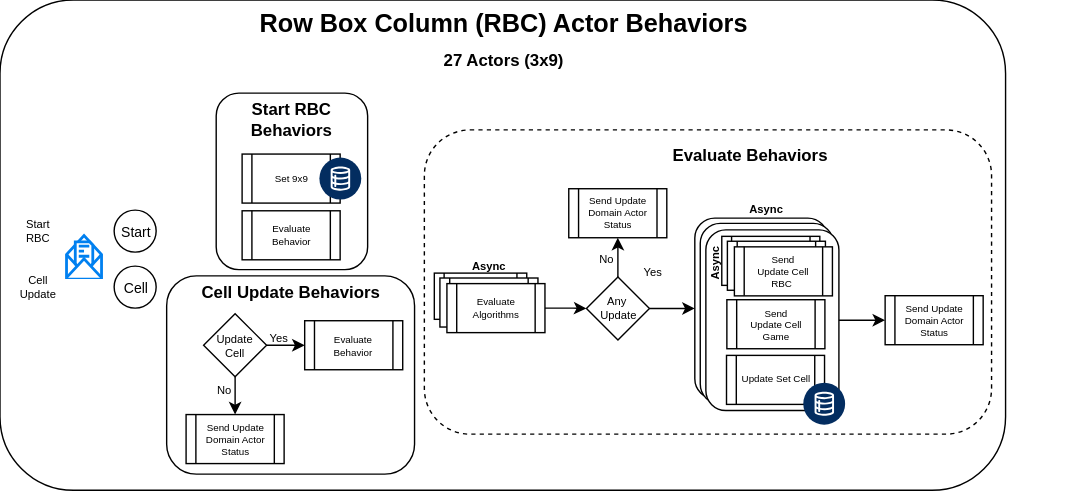
Above: docs/RBCActor.svg in sunlao/py_sudoku_solver (draw.io), before the change. Source tidied: cells renumbered, new cells last; positions are measured from the earlier drawing's top-left corner, leaving out a move shared by most shapes.
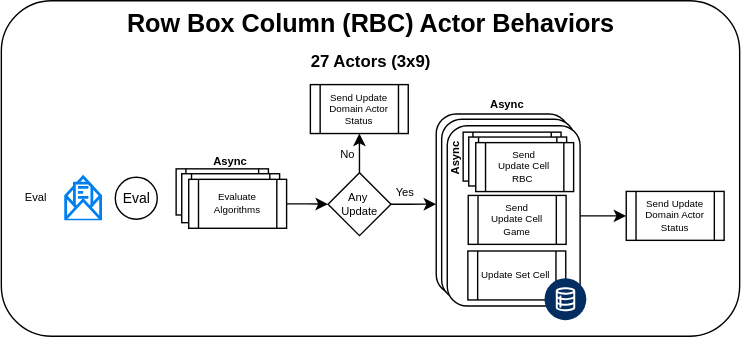
After the change.

The edit, as a diff of the source:
```diff
@@ -3,46 +3,28 @@
     <mxCell id="0" />
     <mxCell id="1" parent="0" />
     <mxCell id="2" style="rounded=1;whiteSpace=wrap;html=1;" parent="1" vertex="1">
-      <mxGeometry width="718" height="350" as="geometry" />
+      <mxGeometry width="528" height="240" as="geometry" />
     </mxCell>
-    <mxCell id="3" style="rounded=1;whiteSpace=wrap;html=1;dashed=1;" parent="1" vertex="1">
-      <mxGeometry x="303" y="92.8" width="405" height="217.2" as="geometry" />
-    </mxCell>
     <mxCell id="4" style="rounded=1;whiteSpace=wrap;html=1;" parent="1" vertex="1">
-      <mxGeometry x="496.1" y="155.8" width="95" height="129" as="geometry" />
+      <mxGeometry x="311" y="81" width="95" height="129" as="geometry" />
     </mxCell>
     <mxCell id="5" style="rounded=1;whiteSpace=wrap;html=1;" parent="1" vertex="1">
-      <mxGeometry x="500" y="159.5" width="95" height="129" as="geometry" />
+      <mxGeometry x="314.9" y="84.8" width="95" height="129" as="geometry" />
     </mxCell>
-    <mxCell id="6" style="rounded=1;whiteSpace=wrap;html=1;" parent="1" vertex="1">
-      <mxGeometry x="154.4" y="66.5" width="108.1" height="126" as="geometry" />
-    </mxCell>
     <mxCell id="7" style="rounded=1;whiteSpace=wrap;html=1;" parent="1" vertex="1">
-      <mxGeometry x="504" y="164.1" width="95" height="129" as="geometry" />
+      <mxGeometry x="318.9" y="89.4" width="95" height="129" as="geometry" />
     </mxCell>
-    <mxCell id="8" value="Start" style="ellipse;whiteSpace=wrap;html=1;fontSize=10;" parent="1" vertex="1">
-      <mxGeometry x="81.5" y="150" width="30" height="30" as="geometry" />
+    <mxCell id="8" value="Eval" style="ellipse;whiteSpace=wrap;html=1;fontSize=10;" parent="1" vertex="1">
+      <mxGeometry x="81.5" y="126.2" width="30" height="30" as="geometry" />
     </mxCell>
     <mxCell id="9" style="html=1;verticalLabelPosition=bottom;align=center;labelBackgroundColor=#ffffff;verticalAlign=top;strokeWidth=2;strokeColor=#0080F0;shadow=0;dashed=0;shape=mxgraph.ios7.icons.envelope_(message);" parent="1" vertex="1">
-      <mxGeometry x="47" y="167.8" width="25" height="30" as="geometry" />
+      <mxGeometry x="46" y="126" width="25" height="30" as="geometry" />
     </mxCell>
-    <mxCell id="10" value="&lt;div&gt;Start RBC&lt;/div&gt;" style="text;html=1;whiteSpace=wrap;strokeColor=none;fillColor=none;align=center;verticalAlign=middle;rounded=0;fontSize=8;" parent="1" vertex="1">
-      <mxGeometry x="12" y="150" width="30" height="30" as="geometry" />
+    <mxCell id="10" value="&lt;div&gt;Eval&lt;/div&gt;" style="text;html=1;whiteSpace=wrap;strokeColor=none;fillColor=none;align=center;verticalAlign=middle;rounded=0;fontSize=8;" parent="1" vertex="1">
+      <mxGeometry x="12" y="126.2" width="26" height="30" as="geometry" />
     </mxCell>
-    <mxCell id="11" value="Cell" style="ellipse;whiteSpace=wrap;html=1;fontSize=10;" parent="1" vertex="1">
-      <mxGeometry x="81.5" y="190" width="30" height="30" as="geometry" />
-    </mxCell>
-    <mxCell id="12" value="Cell Update" style="text;html=1;whiteSpace=wrap;strokeColor=none;fillColor=none;align=center;verticalAlign=middle;rounded=0;fontSize=8;" parent="1" vertex="1">
-      <mxGeometry x="12" y="190" width="30" height="30" as="geometry" />
-    </mxCell>
-    <mxCell id="13" value="Set 9x9" style="shape=process;whiteSpace=wrap;html=1;backgroundOutline=1;fontSize=7;" parent="1" vertex="1">
-      <mxGeometry x="172.9" y="110" width="70" height="35" as="geometry" />
-    </mxCell>
-    <mxCell id="14" value="Evaluate Behaviors" style="text;html=1;whiteSpace=wrap;strokeColor=none;fillColor=none;align=center;verticalAlign=middle;rounded=0;fontStyle=1;" parent="1" vertex="1">
-      <mxGeometry x="303" y="95.8" width="465" height="30" as="geometry" />
-    </mxCell>
     <mxCell id="15" value="Async" style="text;html=1;whiteSpace=wrap;strokeColor=none;fillColor=none;align=center;verticalAlign=middle;rounded=0;fontSize=8;fontStyle=1;" parent="1" vertex="1">
-      <mxGeometry x="536.7" y="142.2" width="20" height="12.5" as="geometry" />
+      <mxGeometry x="351.6" y="67.5" width="20" height="12.5" as="geometry" />
     </mxCell>
     <mxCell id="16" style="edgeStyle=orthogonalEdgeStyle;rounded=0;jettySize=auto;html=1;" parent="1" edge="1" source="18" target="22">
       <mxGeometry relative="1" as="geometry" />
@@ -51,104 +33,64 @@
       <mxGeometry relative="1" as="geometry" />
     </mxCell>
     <mxCell id="18" value="Any&amp;nbsp;&lt;div&gt;Update&lt;/div&gt;" style="rhombus;whiteSpace=wrap;html=1;fontSize=8;" parent="1" vertex="1">
-      <mxGeometry x="418.7" y="197.8" width="45" height="45" as="geometry" />
+      <mxGeometry x="233.6" y="123" width="45" height="45" as="geometry" />
     </mxCell>
     <mxCell id="19" value="Send&lt;br&gt;Update Cell Game" style="shape=process;whiteSpace=wrap;html=1;backgroundOutline=1;fontSize=7;" parent="1" vertex="1">
-      <mxGeometry x="519" y="214" width="70" height="35" as="geometry" />
+      <mxGeometry x="333.9" y="139.2" width="70" height="35" as="geometry" />
     </mxCell>
     <mxCell id="20" value="Async" style="text;html=1;whiteSpace=wrap;strokeColor=none;fillColor=none;align=center;verticalAlign=middle;rounded=0;fontSize=8;fontStyle=1;horizontal=0;" parent="1" vertex="1">
-      <mxGeometry x="500.1" y="181.8" width="20" height="12.5" as="geometry" />
+      <mxGeometry x="315" y="107" width="20" height="12.5" as="geometry" />
     </mxCell>
     <mxCell id="21" value="Update Set Cell" style="shape=process;whiteSpace=wrap;html=1;backgroundOutline=1;fontSize=7;" parent="1" vertex="1">
-      <mxGeometry x="518.7" y="253.8" width="70" height="35" as="geometry" />
+      <mxGeometry x="333.6" y="179" width="70" height="35" as="geometry" />
     </mxCell>
     <mxCell id="22" value="Send Update Domain Actor Status" style="shape=process;whiteSpace=wrap;html=1;backgroundOutline=1;fontSize=7;" parent="1" vertex="1">
-      <mxGeometry x="406.1" y="134.8" width="70" height="35" as="geometry" />
+      <mxGeometry x="221" y="60" width="70" height="35" as="geometry" />
     </mxCell>
     <mxCell id="23" style="verticalLabelPosition=bottom;html=1;shape=mxgraph.salesforce.data2;fillColorStyles=fillColor2,fillColor3;fillColor2=#032d60;fillColor3=#ffffff;fillColor=none;strokeColor=none;" parent="1" vertex="1">
-      <mxGeometry x="573.5" y="273.2" width="30" height="30" as="geometry" />
+      <mxGeometry x="388.4" y="198.5" width="30" height="30" as="geometry" />
     </mxCell>
     <mxCell id="24" value="Yes" style="text;html=1;whiteSpace=wrap;strokeColor=none;fillColor=none;align=center;verticalAlign=middle;rounded=0;fontSize=8;" parent="1" vertex="1">
-      <mxGeometry x="456.1" y="187.5" width="20" height="12.5" as="geometry" />
+      <mxGeometry x="278.6" y="130.5" width="20" height="12.5" as="geometry" />
     </mxCell>
     <mxCell id="25" value="No" style="text;html=1;whiteSpace=wrap;strokeColor=none;fillColor=none;align=center;verticalAlign=middle;rounded=0;fontSize=8;" parent="1" vertex="1">
-      <mxGeometry x="422.7" y="178.8" width="20" height="12.5" as="geometry" />
+      <mxGeometry x="237.6" y="104" width="20" height="12.5" as="geometry" />
     </mxCell>
-    <mxCell id="26" value="Evaluate Behavior" style="shape=process;whiteSpace=wrap;html=1;backgroundOutline=1;fontSize=7;" parent="1" vertex="1">
-      <mxGeometry x="172.9" y="150.5" width="70" height="35" as="geometry" />
-    </mxCell>
-    <mxCell id="27" style="rounded=1;whiteSpace=wrap;html=1;" parent="1" vertex="1">
-      <mxGeometry x="119" y="197" width="177" height="141.5" as="geometry" />
-    </mxCell>
-    <mxCell id="28" value="Evaluate Behavior" style="shape=process;whiteSpace=wrap;html=1;backgroundOutline=1;fontSize=7;" parent="1" vertex="1">
-      <mxGeometry x="217.5" y="229" width="70" height="35" as="geometry" />
-    </mxCell>
-    <mxCell id="29" style="edgeStyle=orthogonalEdgeStyle;rounded=0;jettySize=auto;html=1;" parent="1" edge="1" source="31">
-      <mxGeometry relative="1" as="geometry">
-        <mxPoint x="217.5" y="246.5" as="targetPoint" />
-      </mxGeometry>
-    </mxCell>
-    <mxCell id="30" style="edgeStyle=orthogonalEdgeStyle;rounded=0;jettySize=auto;html=1;entryX=0.5;entryY=0;entryDx=0;entryDy=0;" parent="1" edge="1" source="31">
-      <mxGeometry relative="1" as="geometry">
-        <mxPoint x="167.9" y="296" as="targetPoint" />
-      </mxGeometry>
-    </mxCell>
-    <mxCell id="31" value="Update&lt;div&gt;Cell&lt;/div&gt;" style="rhombus;whiteSpace=wrap;html=1;fontSize=8;" parent="1" vertex="1">
-      <mxGeometry x="145.4" y="224" width="45" height="45" as="geometry" />
-    </mxCell>
-    <mxCell id="32" value="Yes" style="text;html=1;whiteSpace=wrap;strokeColor=none;fillColor=none;align=center;verticalAlign=middle;rounded=0;fontSize=8;" parent="1" vertex="1">
-      <mxGeometry x="189.4" y="235" width="20" height="12.5" as="geometry" />
-    </mxCell>
-    <mxCell id="33" value="No" style="text;html=1;whiteSpace=wrap;strokeColor=none;fillColor=none;align=center;verticalAlign=middle;rounded=0;fontSize=8;" parent="1" vertex="1">
-      <mxGeometry x="149.5" y="272" width="20" height="12.5" as="geometry" />
-    </mxCell>
-    <mxCell id="34" value="Start RBC Behaviors" style="text;html=1;whiteSpace=wrap;strokeColor=none;fillColor=none;align=center;verticalAlign=middle;rounded=0;fontStyle=1;" parent="1" vertex="1">
-      <mxGeometry x="152.5" y="70.5" width="110" height="30" as="geometry" />
-    </mxCell>
-    <mxCell id="35" value="Cell Update Behaviors" style="text;html=1;whiteSpace=wrap;strokeColor=none;fillColor=none;align=center;verticalAlign=middle;rounded=0;fontStyle=1;" parent="1" vertex="1">
-      <mxGeometry x="121" y="194" width="173" height="30" as="geometry" />
-    </mxCell>
     <mxCell id="36" value="Row Box Column (RBC) Actor Behaviors" style="text;html=1;whiteSpace=wrap;strokeColor=none;fillColor=none;align=center;verticalAlign=middle;rounded=0;fontStyle=1;fontSize=18;" parent="1" vertex="1">
-      <mxGeometry x="1" y="3" width="717" height="27" as="geometry" />
+      <mxGeometry x="1" y="3" width="527" height="27" as="geometry" />
     </mxCell>
     <mxCell id="37" value="27 Actors (3x9)" style="text;html=1;whiteSpace=wrap;strokeColor=none;fillColor=none;align=center;verticalAlign=middle;rounded=0;fontStyle=1;fontSize=12;" parent="1" vertex="1">
-      <mxGeometry x="1" y="30" width="717" height="27" as="geometry" />
+      <mxGeometry x="1" y="30" width="527" height="27" as="geometry" />
     </mxCell>
-    <mxCell id="38" style="verticalLabelPosition=bottom;html=1;shape=mxgraph.salesforce.data2;fillColorStyles=fillColor2,fillColor3;fillColor2=#032d60;fillColor3=#ffffff;fillColor=none;strokeColor=none;" parent="1" vertex="1">
-      <mxGeometry x="228" y="112.5" width="30" height="30" as="geometry" />
-    </mxCell>
-    <mxCell id="39" value="Send Update Domain Actor Status" style="shape=process;whiteSpace=wrap;html=1;backgroundOutline=1;fontSize=7;" parent="1" vertex="1">
-      <mxGeometry x="132.9" y="296" width="70" height="35" as="geometry" />
-    </mxCell>
     <mxCell id="40" value="Send Update Domain Actor Status" style="shape=process;whiteSpace=wrap;html=1;backgroundOutline=1;fontSize=7;" parent="1" vertex="1">
-      <mxGeometry x="632" y="211.1" width="70" height="35" as="geometry" />
+      <mxGeometry x="446.9" y="136.4" width="70" height="35" as="geometry" />
     </mxCell>
     <mxCell id="41" style="edgeStyle=orthogonalEdgeStyle;rounded=0;jettySize=auto;html=1;entryX=0;entryY=0.5;entryDx=0;entryDy=0;" parent="1" edge="1" source="7" target="40">
       <mxGeometry relative="1" as="geometry" />
     </mxCell>
     <mxCell id="42" value="Async" style="text;html=1;whiteSpace=wrap;strokeColor=none;fillColor=none;align=center;verticalAlign=middle;rounded=0;fontSize=8;fontStyle=1;" parent="1" vertex="1">
-      <mxGeometry x="339.1" y="183.2" width="20" height="12.5" as="geometry" />
+      <mxGeometry x="154" y="108.5" width="20" height="12.5" as="geometry" />
     </mxCell>
     <mxCell id="43" style="shape=process;whiteSpace=wrap;html=1;backgroundOutline=1;fontSize=7;" parent="1" vertex="1">
-      <mxGeometry x="310.1" y="195" width="66" height="33" as="geometry" />
+      <mxGeometry x="125" y="120.2" width="66" height="33" as="geometry" />
     </mxCell>
     <mxCell id="44" style="shape=process;whiteSpace=wrap;html=1;backgroundOutline=1;fontSize=7;" parent="1" vertex="1">
-      <mxGeometry x="314.1" y="198.5" width="70" height="35" as="geometry" />
+      <mxGeometry x="129" y="123.8" width="70" height="35" as="geometry" />
     </mxCell>
     <mxCell id="45" style="edgeStyle=orthogonalEdgeStyle;rounded=0;jettySize=auto;html=1;entryX=0;entryY=0.5;entryDx=0;entryDy=0;" parent="1" edge="1" source="46" target="18">
       <mxGeometry relative="1" as="geometry" />
     </mxCell>
     <mxCell id="46" value="Evaluate&lt;div&gt;Algorithms&lt;/div&gt;" style="shape=process;whiteSpace=wrap;html=1;backgroundOutline=1;fontSize=7;" parent="1" vertex="1">
-      <mxGeometry x="319.1" y="202.5" width="70" height="35" as="geometry" />
+      <mxGeometry x="134" y="127.8" width="70" height="35" as="geometry" />
     </mxCell>
     <mxCell id="47" style="shape=process;whiteSpace=wrap;html=1;backgroundOutline=1;fontSize=7;" parent="1" vertex="1">
-      <mxGeometry x="515.4" y="168.8" width="70" height="35" as="geometry" />
+      <mxGeometry x="330.3" y="94" width="70" height="35" as="geometry" />
     </mxCell>
     <mxCell id="48" style="shape=process;whiteSpace=wrap;html=1;backgroundOutline=1;fontSize=7;" parent="1" vertex="1">
-      <mxGeometry x="519.4" y="172.2" width="70" height="35" as="geometry" />
+      <mxGeometry x="334.3" y="97.5" width="70" height="35" as="geometry" />
     </mxCell>
     <mxCell id="49" value="Send&lt;br&gt;Update Cell RBC&amp;nbsp;" style="shape=process;whiteSpace=wrap;html=1;backgroundOutline=1;fontSize=7;" parent="1" vertex="1">
-      <mxGeometry x="524.4" y="176.2" width="70" height="35" as="geometry" />
+      <mxGeometry x="339.3" y="101.5" width="70" height="35" as="geometry" />
     </mxCell>
   </root>
 </mxGraphModel>
```
